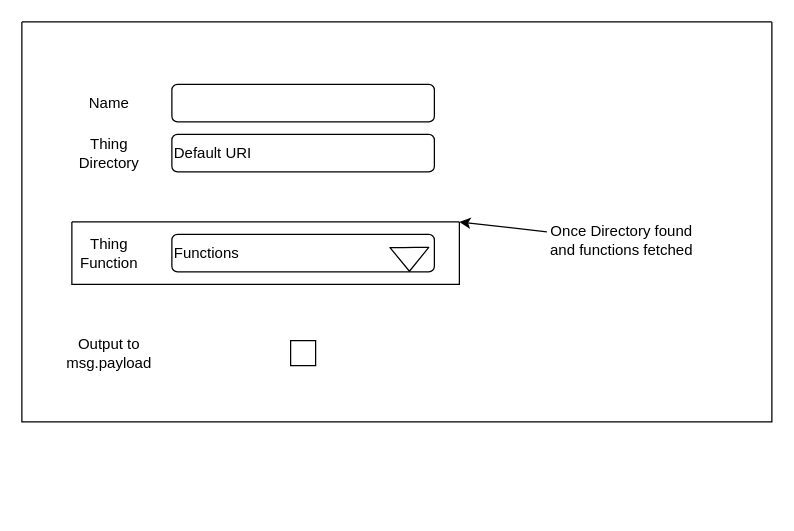
This is docs/nodeEditLayout.drawio from SystemWorkflows/Node-RED-System-Node, a draw.io file, before an edit. Source tidied: cells renumbered, new cells numbered last; positions are measured from the earlier drawing's top-left corner, leaving out a move shared by most shapes. Both pictures are drawn from the tidied source at 125%, with x=0, y=0 at pixel (21, 21).
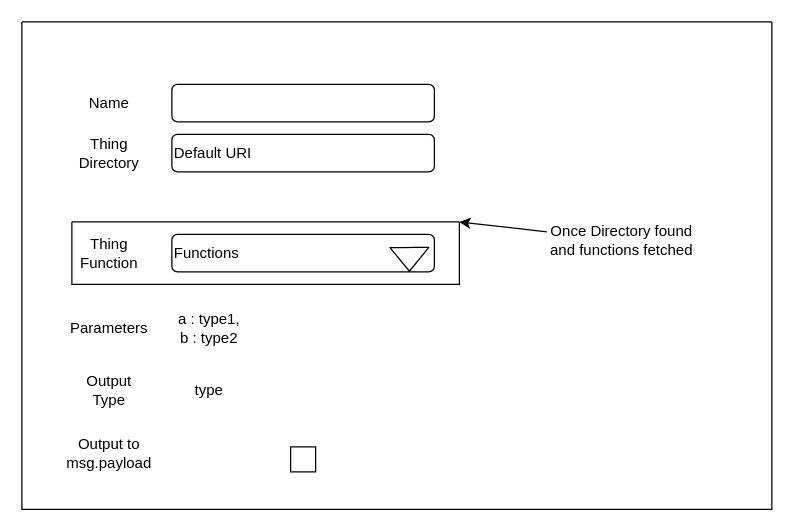
Above is the later version.

Change to the diagram source:
```diff
@@
 <mxGraphModel>
   <root>
     <mxCell id="0" />
     <mxCell id="1" parent="0" />
     <mxCell id="2" style="swimlane;startSize=0;fontSize=18;" parent="1" vertex="1">
-      <mxGeometry width="600" height="320" as="geometry" />
+      <mxGeometry width="600" height="390" as="geometry" />
     </mxCell>
     <mxCell id="3" value="Name" style="text;html=1;strokeColor=none;fillColor=none;align=center;verticalAlign=middle;whiteSpace=wrap;rounded=0;" parent="2" vertex="1">
       <mxGeometry x="40" y="50" width="60" height="30" as="geometry" />
     </mxCell>
     <mxCell id="4" value="Thing Directory" style="text;html=1;strokeColor=none;fillColor=none;align=center;verticalAlign=middle;whiteSpace=wrap;rounded=0;" parent="2" vertex="1">
       <mxGeometry x="40" y="90" width="60" height="30" as="geometry" />
     </mxCell>
     <mxCell id="5" value="Thing Function" style="text;html=1;strokeColor=none;fillColor=none;align=center;verticalAlign=middle;whiteSpace=wrap;rounded=0;" parent="2" vertex="1">
       <mxGeometry x="40" y="170" width="60" height="30" as="geometry" />
     </mxCell>
     <mxCell id="6" style="swimlane;startSize=0;" parent="2" vertex="1">
       <mxGeometry x="40" y="160" width="310" height="50" as="geometry" />
     </mxCell>
     <mxCell id="7" value="Functions" style="rounded=1;whiteSpace=wrap;html=1;align=left;" parent="6" vertex="1">
       <mxGeometry x="80" y="10" width="210" height="30" as="geometry" />
     </mxCell>
     <mxCell id="8" style="shape=flexArrow;endArrow=classic;html=1;entryX=0.905;entryY=1;entryDx=0;entryDy=0;entryPerimeter=0;" parent="6" edge="1" target="7">
       <mxGeometry relative="1" as="geometry">
         <mxPoint x="270" y="20" as="sourcePoint" />
       </mxGeometry>
     </mxCell>
     <mxCell id="9" value="Output to msg.payload" style="text;html=1;strokeColor=none;fillColor=none;align=center;verticalAlign=middle;whiteSpace=wrap;rounded=0;" parent="2" vertex="1">
-      <mxGeometry x="40" y="250" width="60" height="30" as="geometry" />
+      <mxGeometry x="40" y="330" width="60" height="30" as="geometry" />
     </mxCell>
     <mxCell id="10" style="rounded=1;whiteSpace=wrap;html=1;" parent="2" vertex="1">
       <mxGeometry x="120" y="50" width="210" height="30" as="geometry" />
     </mxCell>
     <mxCell id="11" value="Default URI" style="rounded=1;whiteSpace=wrap;html=1;align=left;" parent="2" vertex="1">
       <mxGeometry x="120" y="90" width="210" height="30" as="geometry" />
     </mxCell>
     <mxCell id="12" style="edgeStyle=none;html=1;entryX=1;entryY=0;entryDx=0;entryDy=0;" parent="2" edge="1" source="13" target="6">
       <mxGeometry relative="1" as="geometry" />
     </mxCell>
     <mxCell id="13" value="Once Directory found and functions fetched" style="text;html=1;strokeColor=none;fillColor=none;align=center;verticalAlign=middle;whiteSpace=wrap;rounded=0;" parent="2" vertex="1">
       <mxGeometry x="420" y="160" width="120" height="30" as="geometry" />
     </mxCell>
     <mxCell id="14" style="whiteSpace=wrap;html=1;" parent="2" vertex="1">
-      <mxGeometry x="215" y="255" width="20" height="20" as="geometry" />
+      <mxGeometry x="215" y="340" width="20" height="20" as="geometry" />
     </mxCell>
+    <mxCell id="15" value="Parameters" style="text;html=1;strokeColor=none;fillColor=none;align=center;verticalAlign=middle;whiteSpace=wrap;rounded=0;" parent="2" vertex="1">
+      <mxGeometry x="40" y="230" width="60" height="30" as="geometry" />
+    </mxCell>
+    <mxCell id="16" value="type" style="text;html=1;strokeColor=none;fillColor=none;align=center;verticalAlign=middle;whiteSpace=wrap;rounded=0;" parent="2" vertex="1">
+      <mxGeometry x="120" y="280" width="60" height="30" as="geometry" />
+    </mxCell>
+    <mxCell id="17" value="a : type1,&lt;br&gt;b : type2" style="text;html=1;strokeColor=none;fillColor=none;align=center;verticalAlign=middle;whiteSpace=wrap;rounded=0;" parent="2" vertex="1">
+      <mxGeometry x="120" y="230" width="60" height="30" as="geometry" />
+    </mxCell>
+    <mxCell id="18" value="Output Type" style="text;html=1;strokeColor=none;fillColor=none;align=center;verticalAlign=middle;whiteSpace=wrap;rounded=0;" parent="2" vertex="1">
+      <mxGeometry x="40" y="280" width="60" height="30" as="geometry" />
+    </mxCell>
   </root>
 </mxGraphModel>
```
